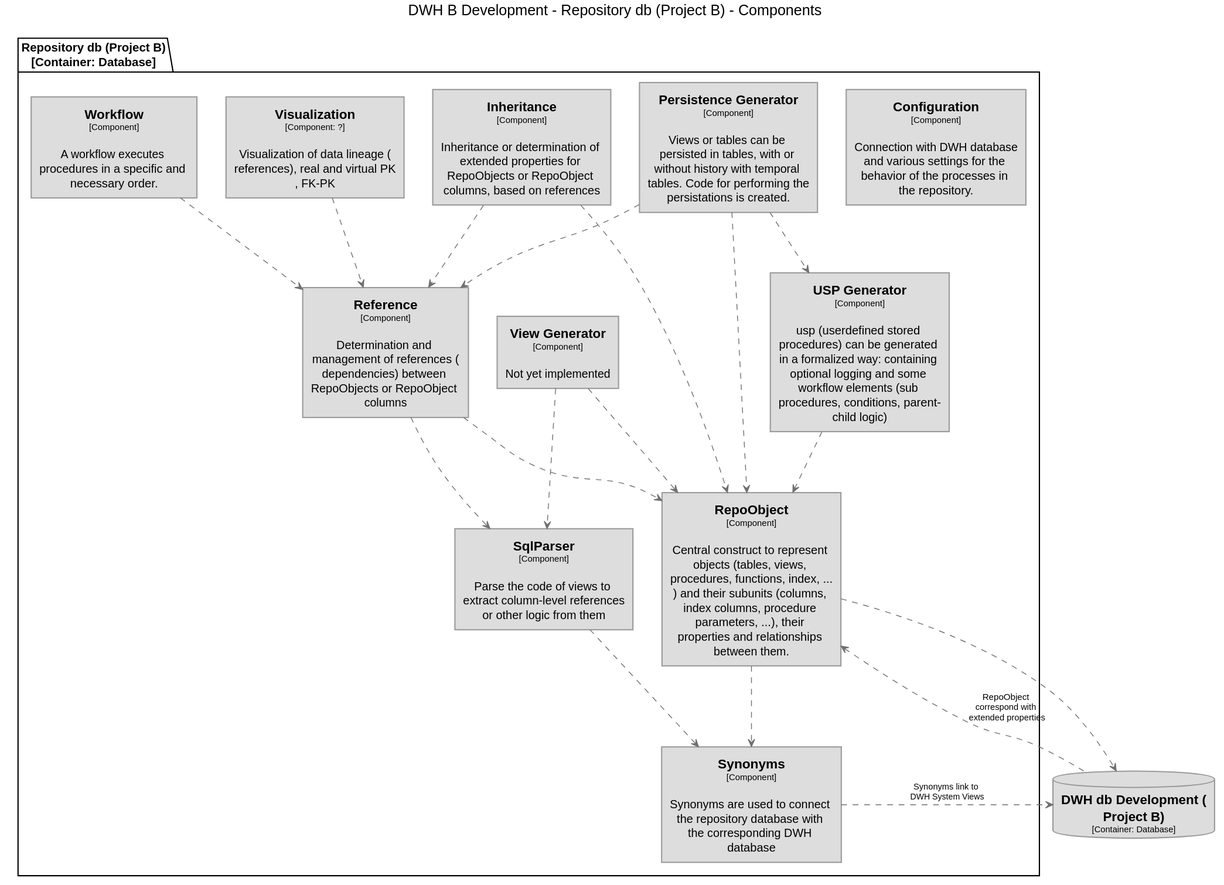
DataHandwerk/DataHandwerk-toolkit-mssql keeps this PlantUML diagram as docs/build/html5/images/structurizr-DWHBDevelopment-RepositorydbProjectB-Component.svg. Above is the earlier version.
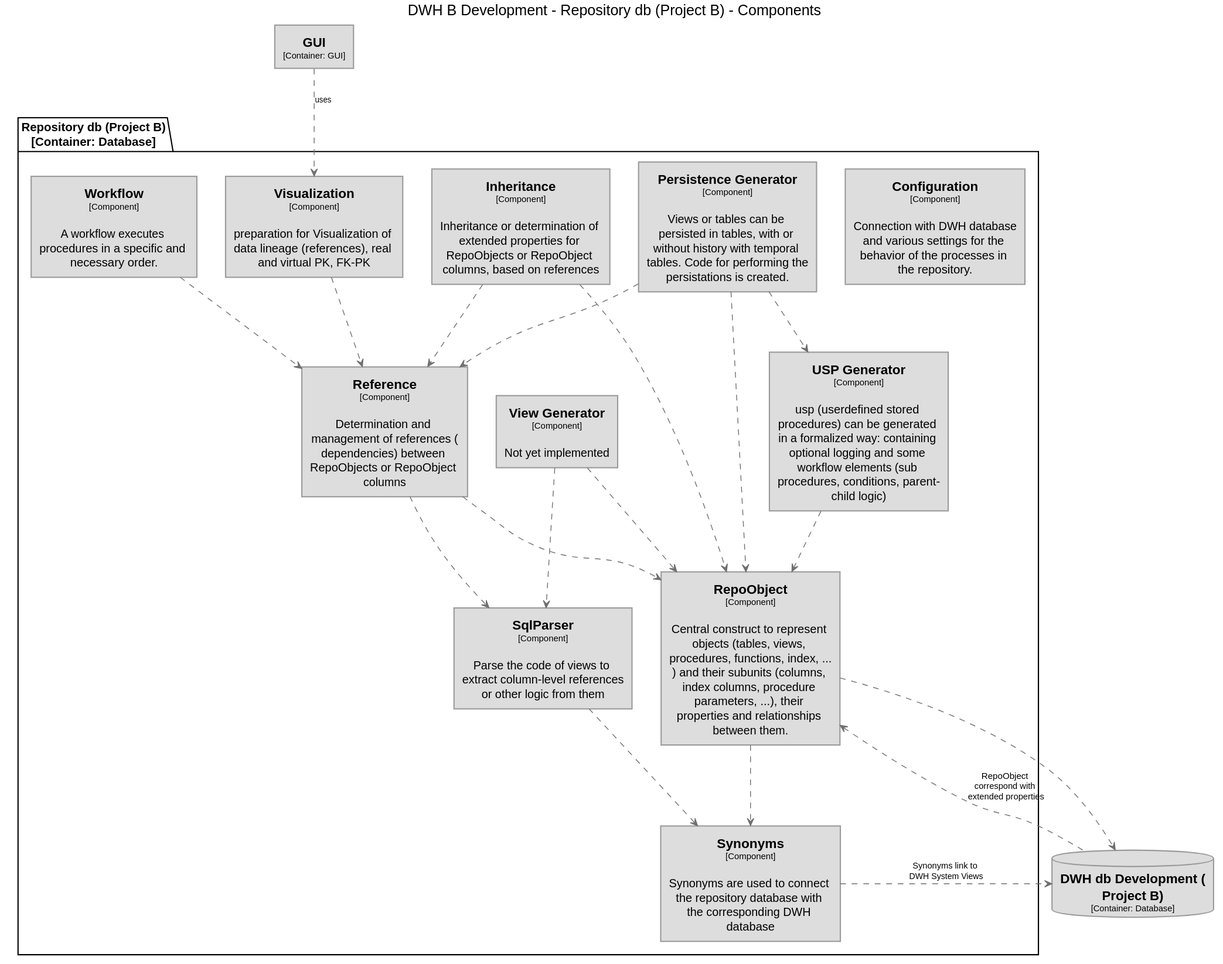
Later version of the same file.

What changed in the source:
```diff
@@ -70,7 +70,13 @@
   FontColor #000000
   BorderColor #9A9A9A
 }
+skinparam rectangle<<21>> {
+  BackgroundColor #dddddd
+  FontColor #000000
+  BorderColor #9A9A9A
+}
 database "==DWH db Development (Project B)\n<size:10>[Container: Database]</size>" <<17>> as 17
+rectangle "==GUI\n<size:10>[Container: GUI]</size>" <<21>> as 21
 package "Repository db (Project B)\n[Container: Database]" {
   rectangle "==Configuration\n<size:10>[Component]</size>\n\nConnection with DWH database and various settings for the behavior of the processes in the repository." <<7>> as 7
   rectangle "==Inheritance\n<size:10>[Component]</size>\n\nInheritance or determination of extended properties for RepoObjects or RepoObject columns, based on references" <<11>> as 11
@@ -81,10 +87,11 @@
   rectangle "==Synonyms\n<size:10>[Component]</size>\n\nSynonyms are used to connect the repository database with the corresponding DWH database" <<6>> as 6
   rectangle "==USP Generator\n<size:10>[Component]</size>\n\nusp (userdefined stored procedures) can be generated in a formalized way: containing optional logging and some workflow elements (sub procedures, conditions, parent-child logic)" <<12>> as 12
   rectangle "==View Generator\n<size:10>[Component]</size>\n\nNot yet implemented" <<14>> as 14
-  rectangle "==Visualization\n<size:10>[Component: ?]</size>\n\nVisualization of data lineage (references), real and virtual PK, FK-PK" <<16>> as 16
+  rectangle "==Visualization\n<size:10>[Component]</size>\n\npreparation for Visualization of data lineage (references), real and virtual PK, FK-PK" <<16>> as 16
   rectangle "==Workflow\n<size:10>[Component]</size>\n\nA workflow executes procedures in a specific and necessary order." <<15>> as 15
 }
 17 .[#707070].> 8 : "RepoObject correspond with extended properties"
+21 .[#707070].> 16 : "uses"
 11 .[#707070].> 10 : ""
 11 .[#707070].> 8 : ""
 13 .[#707070].> 10 : ""
```
